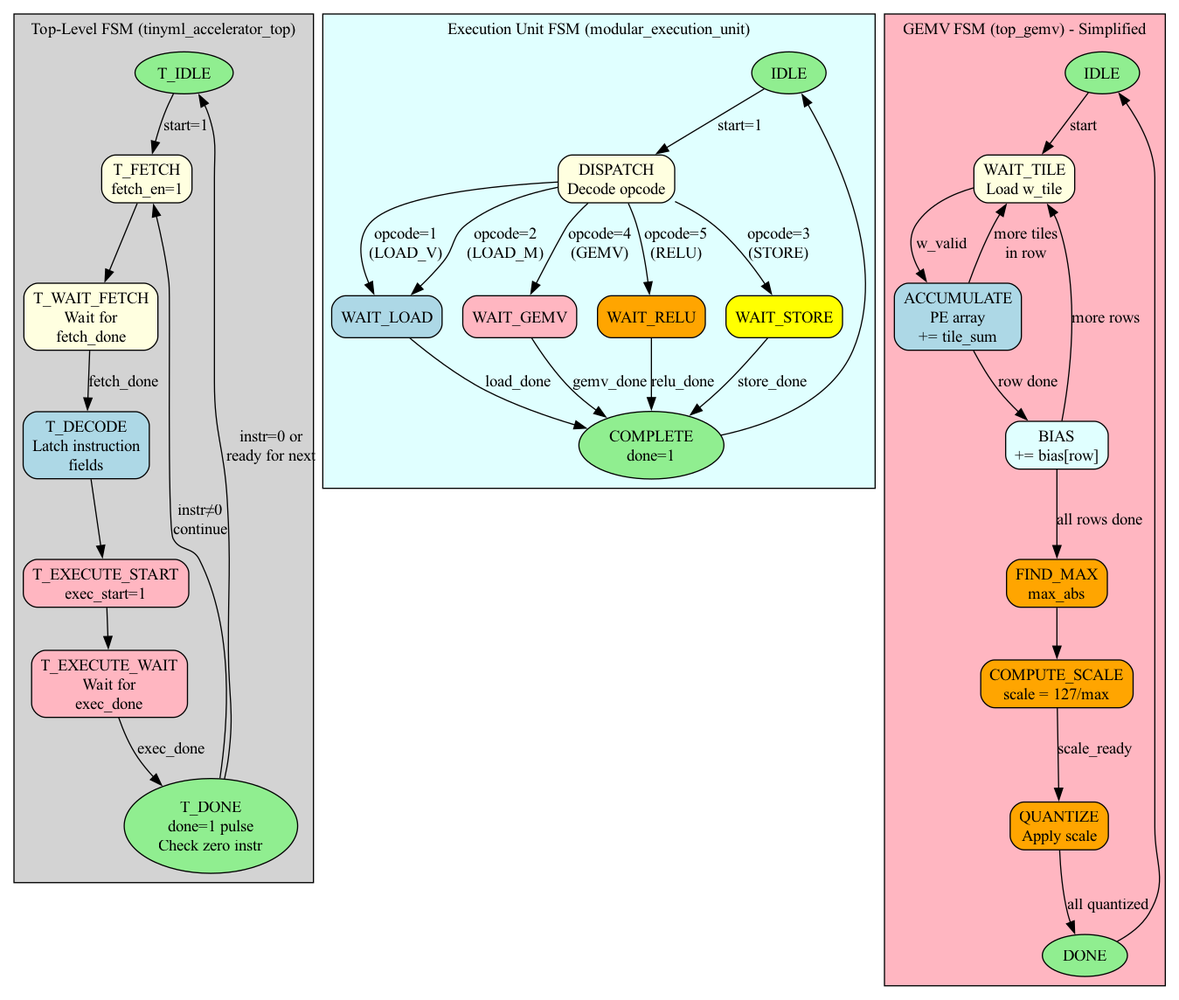
Before: docs/diagrams/fsm_states.png, a diagram exported from Graphviz (SayatAbdikul/tinyML_accelerator). Its source is kept beside it as docs/diagrams/fsm_states.dot.
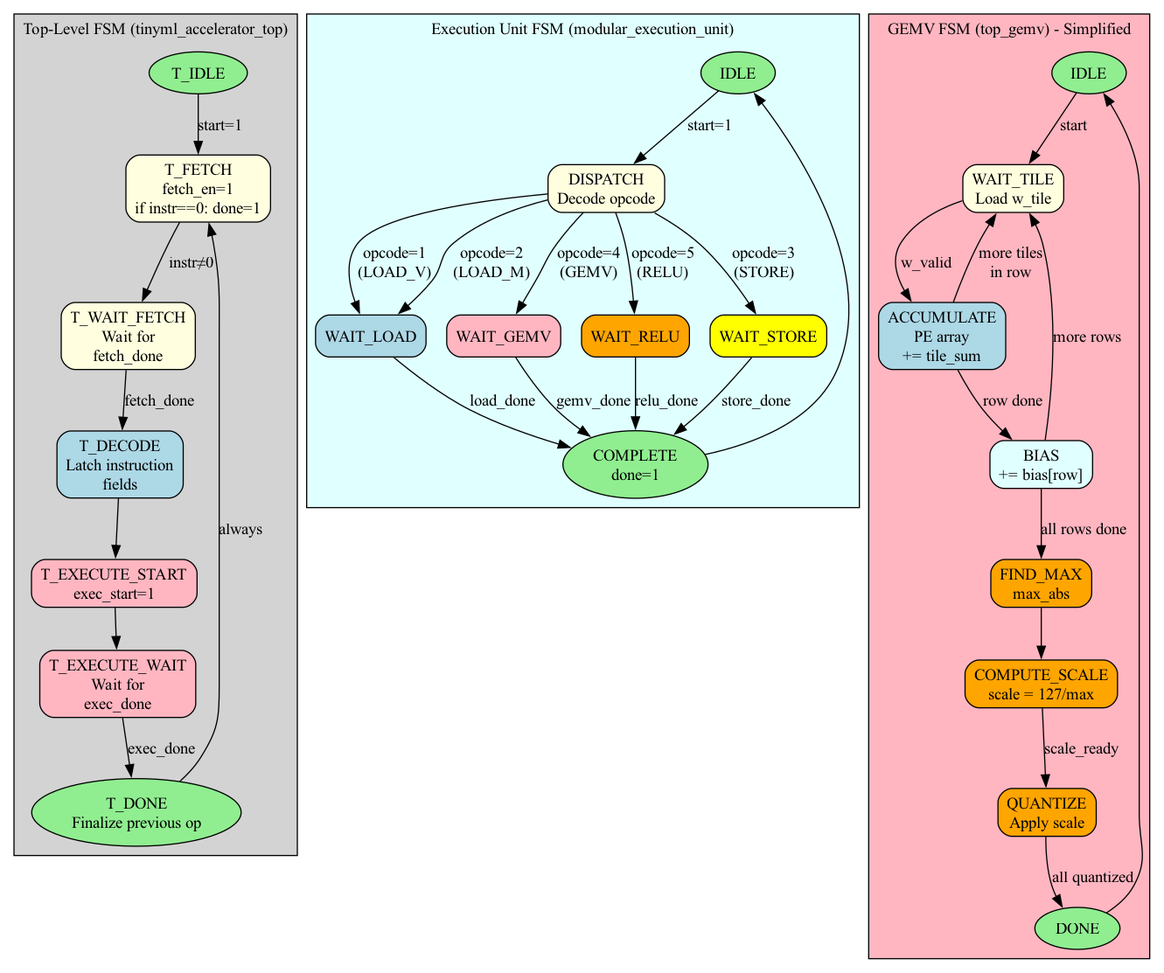
Above is the later version.

Change to the diagram source:
```diff
@@ -9,21 +9,20 @@
         fillcolor=lightgray;
 
         t_idle [label="T_IDLE", fillcolor=lightgreen, shape=ellipse];
-        t_fetch [label="T_FETCH\nfetch_en=1", fillcolor=lightyellow];
+        t_fetch [label="T_FETCH\nfetch_en=1\nif instr==0: done=1", fillcolor=lightyellow];
         t_wait_fetch [label="T_WAIT_FETCH\nWait for\nfetch_done", fillcolor=lightyellow];
         t_decode [label="T_DECODE\nLatch instruction\nfields", fillcolor=lightblue];
         t_exec_start [label="T_EXECUTE_START\nexec_start=1", fillcolor=lightpink];
         t_exec_wait [label="T_EXECUTE_WAIT\nWait for\nexec_done", fillcolor=lightpink];
-        t_done [label="T_DONE\ndone=1 pulse\nCheck zero instr", fillcolor=lightgreen, shape=ellipse];
+        t_done [label="T_DONE\nFinalize previous op", fillcolor=lightgreen, shape=ellipse];
 
         t_idle -> t_fetch [label="start=1"];
-        t_fetch -> t_wait_fetch;
+        t_fetch -> t_wait_fetch [label="instr≠0"];
         t_wait_fetch -> t_decode [label="fetch_done"];
         t_decode -> t_exec_start;
         t_exec_start -> t_exec_wait;
         t_exec_wait -> t_done [label="exec_done"];
-        t_done -> t_idle [label="instr=0 or\nready for next"];
-        t_done -> t_fetch [label="instr≠0\ncontinue"];
+        t_done -> t_fetch [label="always"];
     }
 
     subgraph cluster_exec_fsm {
```
